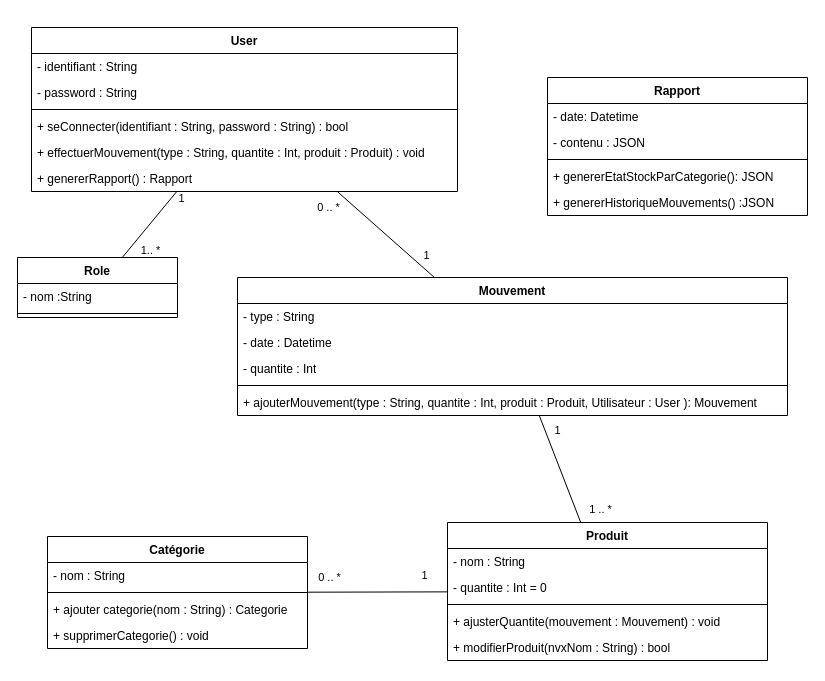
This is diagramme_classe.drawio from Mzk-Ali/M2I_ECF2, a draw.io file, before an edit. Source tidied: cells renumbered, new cells numbered last; positions are measured from the earlier drawing's top-left corner, leaving out a move shared by most shapes. Both pictures are drawn from the tidied source at 100%, with x=0, y=0 at pixel (17, 27).
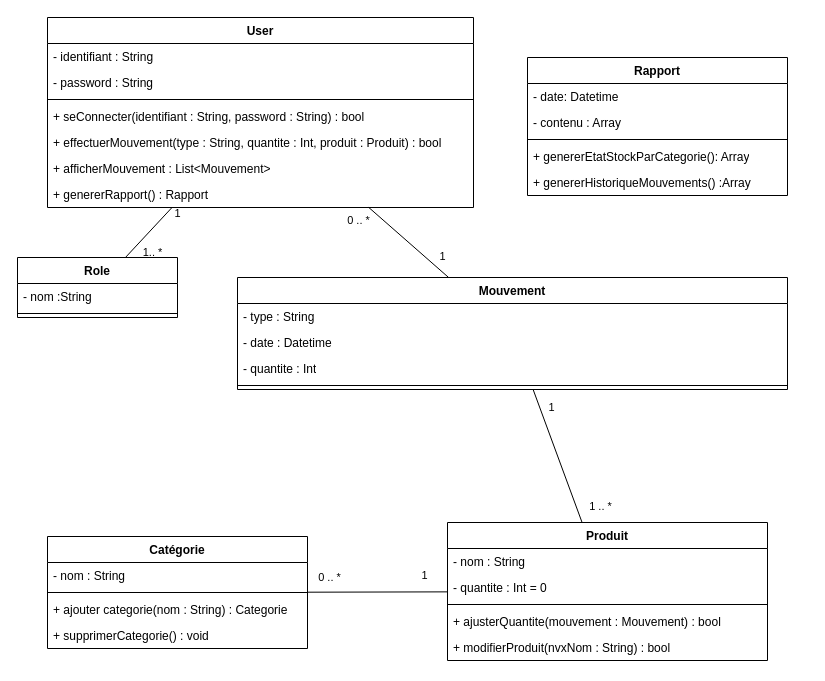
The same diagram, later.

Commit message (it also covers changes not shown here):
Mettre à jour diagramme_classe.drawio

The change refers to these unchanged cells:
```xml
<mxCell id="21" value="Produit" style="swimlane;fontStyle=1;align=center;verticalAlign=top;horizontal=1;startSize=26;whiteSpace=wrap;html=1;" parent="1" vertex="1">
  <mxGeometry x="430" y="495" width="320" height="138" as="geometry" />
</mxCell>
```

The edit, as a diff of the source:
```diff
@@
     <mxCell id="8" value="User" style="swimlane;fontStyle=1;align=center;verticalAlign=top;horizontal=1;startSize=26;whiteSpace=wrap;html=1;" parent="1" vertex="1">
-      <mxGeometry x="14" width="426" height="164" as="geometry" />
+      <mxGeometry x="30" y="-10" width="426" height="190" as="geometry" />
     </mxCell>
@@
-    <mxCell id="13" value="+ effectuerMouvement(type : String, quantite : Int, produit : Produit) : void" style="text;strokeColor=none;fillColor=none;align=left;verticalAlign=top;spacingLeft=4;spacingRight=4;overflow=hidden;whiteSpace=wrap;html=1;" parent="8" vertex="1">
+    <mxCell id="13" value="+ effectuerMouvement(type : String, quantite : Int, produit : Produit) : bool" style="text;strokeColor=none;fillColor=none;align=left;verticalAlign=top;spacingLeft=4;spacingRight=4;overflow=hidden;whiteSpace=wrap;html=1;" parent="8" vertex="1">
       <mxGeometry y="112" width="426" height="26" as="geometry" />
     </mxCell>
+    <mxCell id="40" value="+ afficherMouvement : List&amp;lt;Mouvement&amp;gt;" style="text;strokeColor=none;fillColor=none;align=left;verticalAlign=top;spacingLeft=4;spacingRight=4;overflow=hidden;whiteSpace=wrap;html=1;" parent="8" vertex="1">
+      <mxGeometry y="138" width="426" height="26" as="geometry" />
+    </mxCell>
     <mxCell id="14" value="+ genererRapport() : Rapport" style="text;strokeColor=none;fillColor=none;align=left;verticalAlign=top;spacingLeft=4;spacingRight=4;overflow=hidden;whiteSpace=wrap;html=1;" parent="8" vertex="1">
-      <mxGeometry y="138" width="426" height="26" as="geometry" />
+      <mxGeometry y="164" width="426" height="26" as="geometry" />
     </mxCell>
@@
-    <mxCell id="25" value="+ ajusterQuantite(mouvement : Mouvement) : void" style="text;strokeColor=none;fillColor=none;align=left;verticalAlign=top;spacingLeft=4;spacingRight=4;overflow=hidden;whiteSpace=wrap;html=1;" parent="21" vertex="1">
+    <mxCell id="25" value="+ ajusterQuantite(mouvement : Mouvement) : bool" style="text;strokeColor=none;fillColor=none;align=left;verticalAlign=top;spacingLeft=4;spacingRight=4;overflow=hidden;whiteSpace=wrap;html=1;" parent="21" vertex="1">
       <mxGeometry y="86" width="320" height="26" as="geometry" />
     </mxCell>
@@
     <mxCell id="35" value="Mouvement" style="swimlane;fontStyle=1;align=center;verticalAlign=top;horizontal=1;startSize=26;whiteSpace=wrap;html=1;" parent="1" vertex="1">
-      <mxGeometry x="220" y="250" width="550" height="138" as="geometry" />
+      <mxGeometry x="220" y="250" width="550" height="112" as="geometry" />
     </mxCell>
@@
-    <mxCell id="40" value="+ ajouterMouvement(type : String, quantite : Int, produit : Produit, Utilisateur : User ): Mouvement" style="text;strokeColor=none;fillColor=none;align=left;verticalAlign=top;spacingLeft=4;spacingRight=4;overflow=hidden;whiteSpace=wrap;html=1;" parent="35" vertex="1">
-      <mxGeometry y="112" width="550" height="26" as="geometry" />
-    </mxCell>
     <mxCell id="41" value="Rapport" style="swimlane;fontStyle=1;align=center;verticalAlign=top;horizontal=1;startSize=26;whiteSpace=wrap;html=1;" parent="1" vertex="1">
-      <mxGeometry x="530" y="50" width="260" height="138" as="geometry" />
+      <mxGeometry x="510" y="30" width="260" height="138" as="geometry" />
     </mxCell>
@@
-    <mxCell id="43" value="- contenu : JSON" style="text;strokeColor=none;fillColor=none;align=left;verticalAlign=top;spacingLeft=4;spacingRight=4;overflow=hidden;whiteSpace=wrap;html=1;" parent="41" vertex="1">
+    <mxCell id="43" value="- contenu : Array" style="text;strokeColor=none;fillColor=none;align=left;verticalAlign=top;spacingLeft=4;spacingRight=4;overflow=hidden;whiteSpace=wrap;html=1;" parent="41" vertex="1">
       <mxGeometry y="52" width="260" height="26" as="geometry" />
     </mxCell>
@@
-    <mxCell id="45" value="+ genererEtatStockParCategorie(): JSON" style="text;strokeColor=none;fillColor=none;align=left;verticalAlign=top;spacingLeft=4;spacingRight=4;overflow=hidden;whiteSpace=wrap;html=1;" parent="41" vertex="1">
+    <mxCell id="45" value="+ genererEtatStockParCategorie(): Array" style="text;strokeColor=none;fillColor=none;align=left;verticalAlign=top;spacingLeft=4;spacingRight=4;overflow=hidden;whiteSpace=wrap;html=1;" parent="41" vertex="1">
       <mxGeometry y="86" width="260" height="26" as="geometry" />
     </mxCell>
-    <mxCell id="46" value="+ genererHistoriqueMouvements() :JSON" style="text;strokeColor=none;fillColor=none;align=left;verticalAlign=top;spacingLeft=4;spacingRight=4;overflow=hidden;whiteSpace=wrap;html=1;" parent="41" vertex="1">
+    <mxCell id="46" value="+ genererHistoriqueMouvements() :Array" style="text;strokeColor=none;fillColor=none;align=left;verticalAlign=top;spacingLeft=4;spacingRight=4;overflow=hidden;whiteSpace=wrap;html=1;" parent="41" vertex="1">
       <mxGeometry y="112" width="260" height="26" as="geometry" />
     </mxCell>
```
